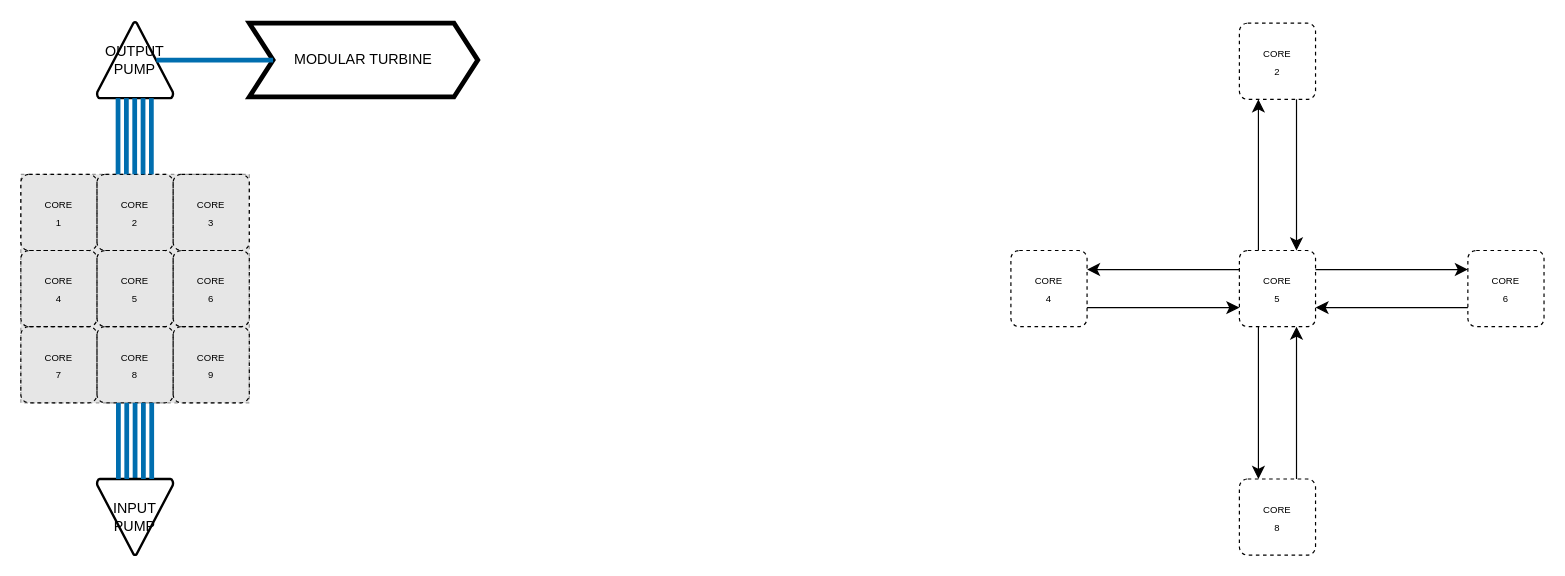
Above: page "Reactor Connections" (1 of 3) of Modular_Reactor_Planning.drawio in DoctorSquishy/SS13_Modular_Reactor (draw.io), before the change. Source tidied: cells renumbered, new cells numbered last; positions are measured from the earlier drawing's top-left corner, leaving out a move shared by most shapes. Both pictures are drawn from the tidied source at 119%, with x=0, y=0 at pixel (20, 21). Pictures stored in the file or linked from it are replaced by grey dashed boxes.
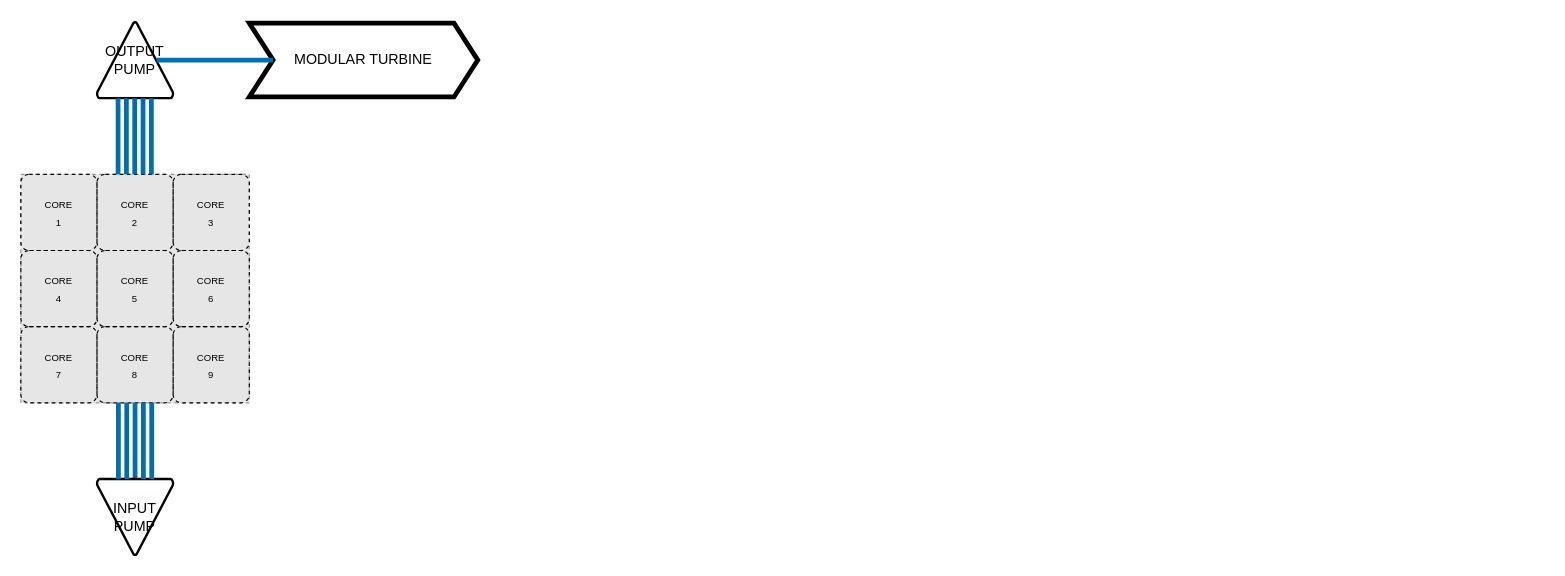
Above is the later version.

What changed in the source:
```diff
@@
-    <mxCell id="26" style="edgeStyle=none;curved=1;rounded=0;jettySize=auto;html=1;entryX=0.75;entryY=0;entryDx=0;entryDy=0;fontSize=12;startSize=8;endSize=8;exitX=0.75;exitY=1;exitDx=0;exitDy=0;" parent="1" edge="1" source="27" target="34">
-      <mxGeometry relative="1" as="geometry" />
-    </mxCell>
-    <mxCell id="27" value="&lt;div&gt;&lt;font style=&quot;font-size: 8px;&quot;&gt;CORE&lt;/font&gt;&lt;/div&gt;&lt;div&gt;&lt;font style=&quot;font-size: 8px;&quot;&gt;2&lt;br&gt;&lt;/font&gt;&lt;/div&gt;" style="rounded=1;whiteSpace=wrap;html=1;absoluteArcSize=1;arcSize=14;strokeWidth=1;fillColor=none;shadow=0;glass=0;strokeColor=default;dashed=1;fillStyle=auto;gradientColor=none;" parent="1" vertex="1">
-      <mxGeometry x="1024" y="1" width="64" height="64" as="geometry" />
-    </mxCell>
-    <mxCell id="28" style="edgeStyle=none;curved=1;rounded=0;jettySize=auto;html=1;entryX=0;entryY=0.75;entryDx=0;entryDy=0;fontSize=12;startSize=8;endSize=8;exitX=1;exitY=0.75;exitDx=0;exitDy=0;" parent="1" edge="1" source="29" target="34">
-      <mxGeometry relative="1" as="geometry" />
-    </mxCell>
-    <mxCell id="29" value="&lt;div&gt;&lt;font style=&quot;font-size: 8px;&quot;&gt;CORE&lt;/font&gt;&lt;/div&gt;&lt;div&gt;&lt;font style=&quot;font-size: 8px;&quot;&gt;4&lt;br&gt;&lt;/font&gt;&lt;/div&gt;" style="rounded=1;whiteSpace=wrap;html=1;absoluteArcSize=1;arcSize=14;strokeWidth=1;fillColor=none;shadow=0;glass=0;strokeColor=default;dashed=1;fillStyle=auto;gradientColor=none;" parent="1" vertex="1">
-      <mxGeometry x="832" y="192" width="64" height="64" as="geometry" />
-    </mxCell>
-    <mxCell id="30" style="edgeStyle=none;curved=1;rounded=0;jettySize=auto;html=1;fontSize=12;startSize=8;endSize=8;startArrow=none;startFill=0;exitX=0.25;exitY=1;exitDx=0;exitDy=0;entryX=0.25;entryY=0;entryDx=0;entryDy=0;" parent="1" edge="1" source="34" target="38">
-      <mxGeometry relative="1" as="geometry" />
-    </mxCell>
-    <mxCell id="31" style="edgeStyle=none;curved=1;rounded=0;jettySize=auto;html=1;fontSize=12;startSize=8;endSize=8;startArrow=none;startFill=0;entryX=0;entryY=0.25;entryDx=0;entryDy=0;exitX=1;exitY=0.25;exitDx=0;exitDy=0;" parent="1" edge="1" source="34" target="36">
-      <mxGeometry relative="1" as="geometry" />
-    </mxCell>
-    <mxCell id="32" style="edgeStyle=none;curved=1;rounded=0;jettySize=auto;html=1;fontSize=12;startSize=8;endSize=8;startArrow=none;startFill=0;entryX=0.25;entryY=1;entryDx=0;entryDy=0;exitX=0.25;exitY=0;exitDx=0;exitDy=0;" parent="1" edge="1" source="34" target="27">
-      <mxGeometry relative="1" as="geometry" />
-    </mxCell>
-    <mxCell id="33" style="edgeStyle=none;curved=1;rounded=0;jettySize=auto;html=1;fontSize=12;startSize=8;endSize=8;startArrow=none;startFill=0;entryX=1;entryY=0.25;entryDx=0;entryDy=0;exitX=0;exitY=0.25;exitDx=0;exitDy=0;" parent="1" edge="1" source="34" target="29">
-      <mxGeometry relative="1" as="geometry" />
-    </mxCell>
-    <mxCell id="34" value="&lt;div&gt;&lt;font style=&quot;font-size: 8px;&quot;&gt;CORE&lt;/font&gt;&lt;/div&gt;&lt;div&gt;&lt;font style=&quot;font-size: 8px;&quot;&gt;5&lt;br&gt;&lt;/font&gt;&lt;/div&gt;" style="rounded=1;whiteSpace=wrap;html=1;absoluteArcSize=1;arcSize=14;strokeWidth=1;fillColor=none;shadow=0;glass=0;strokeColor=default;dashed=1;fillStyle=auto;gradientColor=none;" parent="1" vertex="1">
-      <mxGeometry x="1024" y="192" width="64" height="64" as="geometry" />
-    </mxCell>
-    <mxCell id="35" style="edgeStyle=none;curved=1;rounded=0;jettySize=auto;html=1;entryX=1;entryY=0.75;entryDx=0;entryDy=0;fontSize=12;startSize=8;endSize=8;exitX=0;exitY=0.75;exitDx=0;exitDy=0;" parent="1" edge="1" source="36" target="34">
-      <mxGeometry relative="1" as="geometry" />
-    </mxCell>
-    <mxCell id="36" value="&lt;div&gt;&lt;font style=&quot;font-size: 8px;&quot;&gt;CORE&lt;/font&gt;&lt;/div&gt;&lt;div&gt;&lt;font style=&quot;font-size: 8px;&quot;&gt;6&lt;br&gt;&lt;/font&gt;&lt;/div&gt;" style="rounded=1;whiteSpace=wrap;html=1;absoluteArcSize=1;arcSize=14;strokeWidth=1;fillColor=none;shadow=0;glass=0;strokeColor=default;dashed=1;fillStyle=auto;gradientColor=none;" parent="1" vertex="1">
-      <mxGeometry x="1216" y="192" width="64" height="64" as="geometry" />
-    </mxCell>
-    <mxCell id="37" style="edgeStyle=none;curved=1;rounded=0;jettySize=auto;html=1;entryX=0.75;entryY=1;entryDx=0;entryDy=0;fontSize=12;startSize=8;endSize=8;exitX=0.75;exitY=0;exitDx=0;exitDy=0;" parent="1" edge="1" source="38" target="34">
-      <mxGeometry relative="1" as="geometry" />
-    </mxCell>
-    <mxCell id="38" value="&lt;div&gt;&lt;font style=&quot;font-size: 8px;&quot;&gt;CORE&lt;/font&gt;&lt;/div&gt;&lt;div&gt;&lt;font style=&quot;font-size: 8px;&quot;&gt;8&lt;br&gt;&lt;/font&gt;&lt;/div&gt;" style="rounded=1;whiteSpace=wrap;html=1;absoluteArcSize=1;arcSize=14;strokeWidth=1;fillColor=none;shadow=0;glass=0;strokeColor=default;dashed=1;fillStyle=auto;gradientColor=none;" parent="1" vertex="1">
-      <mxGeometry x="1024" y="384" width="64" height="64" as="geometry" />
-    </mxCell>
```
